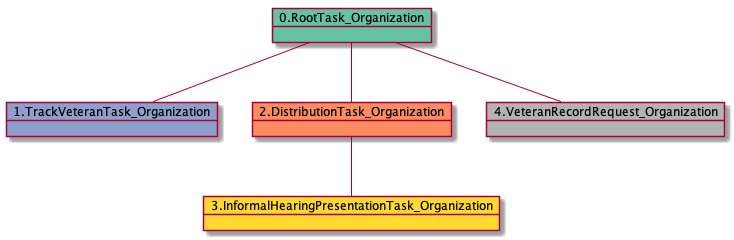
This is docs-DR/uml/RTO.TVTO.DTO.IHPTO.VRRO-42651.png from yoomlam/graphing, a PlantUML export, as it was before one commit.
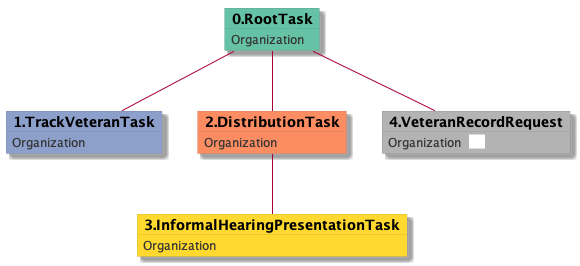
Above is the later version.

The edit, as a diff of the source:
```diff
@@ -1,11 +1,29 @@
 @startuml
-object 0.RootTask_Organization #66c2a5
-object 1.TrackVeteranTask_Organization #8da0cb
-object 2.DistributionTask_Organization #fc8d62
-object 3.InformalHearingPresentationTask_Organization #ffd92f
-object 4.VeteranRecordRequest_Organization #b3b3b3
-0.RootTask_Organization -- 1.TrackVeteranTask_Organization
-0.RootTask_Organization -- 2.DistributionTask_Organization
-2.DistributionTask_Organization -- 3.InformalHearingPresentationTask_Organization
-0.RootTask_Organization -- 4.VeteranRecordRequest_Organization
+skinparam {
+  ObjectBorderColor #555
+  ObjectBorderThickness 0
+  ObjectFontStyle bold
+  ObjectFontSize 14
+  ObjectAttributeFontColor #333
+  ObjectAttributeFontSize 12
+}
+  object 0.RootTask #66c2a5 {
+Organization
+}
+  object 1.TrackVeteranTask #8da0cb {
+Organization
+}
+  object 2.DistributionTask #fc8d62 {
+Organization
+}
+  object 3.InformalHearingPresentationTask #ffd92f {
+Organization
+}
+  object 4.VeteranRecordRequest #b3b3b3 {
+Organization  <back:white>    </back>
+}
+0.RootTask -- 1.TrackVeteranTask
+0.RootTask -- 2.DistributionTask
+2.DistributionTask -- 3.InformalHearingPresentationTask
+0.RootTask -- 4.VeteranRecordRequest
 @enduml
```
